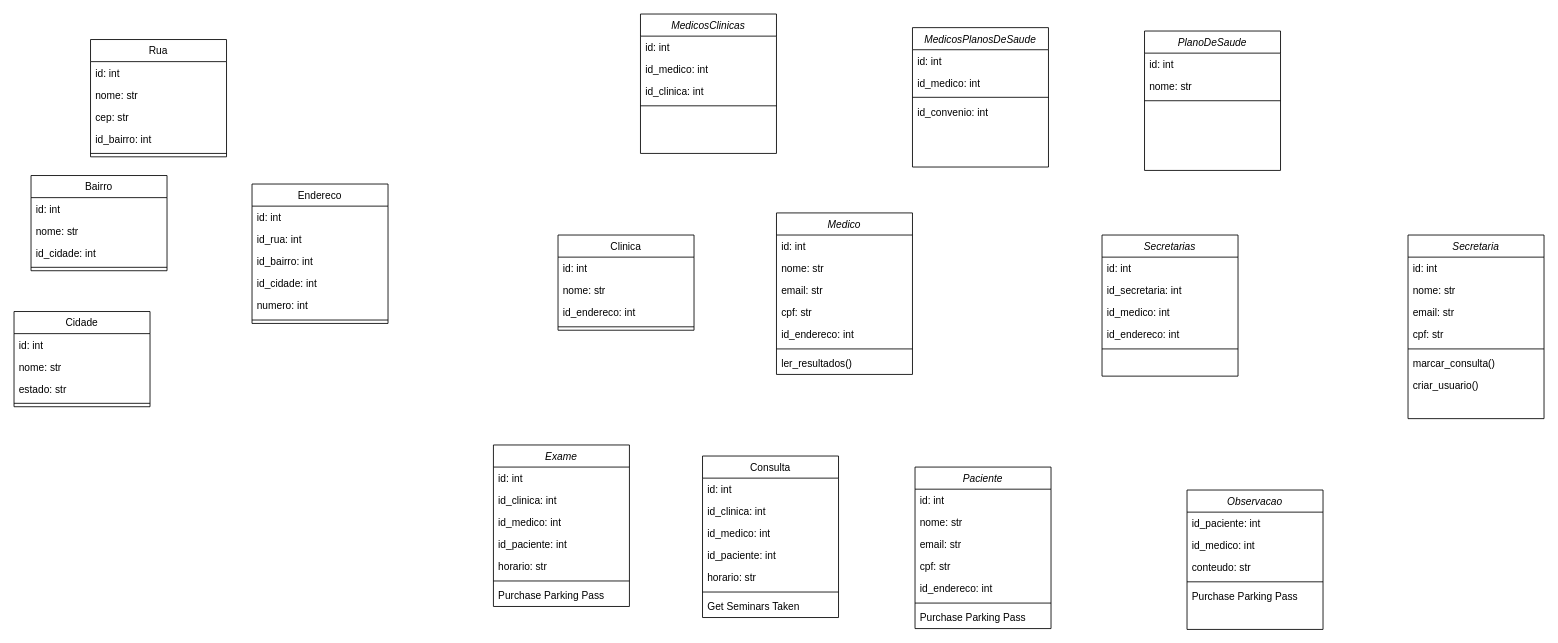
This is clinica_db.drawio from KauanHK/diagramas, a draw.io file, before an edit. Source tidied: cells renumbered, new cells numbered last; positions are measured from the earlier drawing's top-left corner, leaving out a move shared by most shapes. Both pictures are drawn from the tidied source at 85%, with x=0, y=0 at pixel (14, 14).
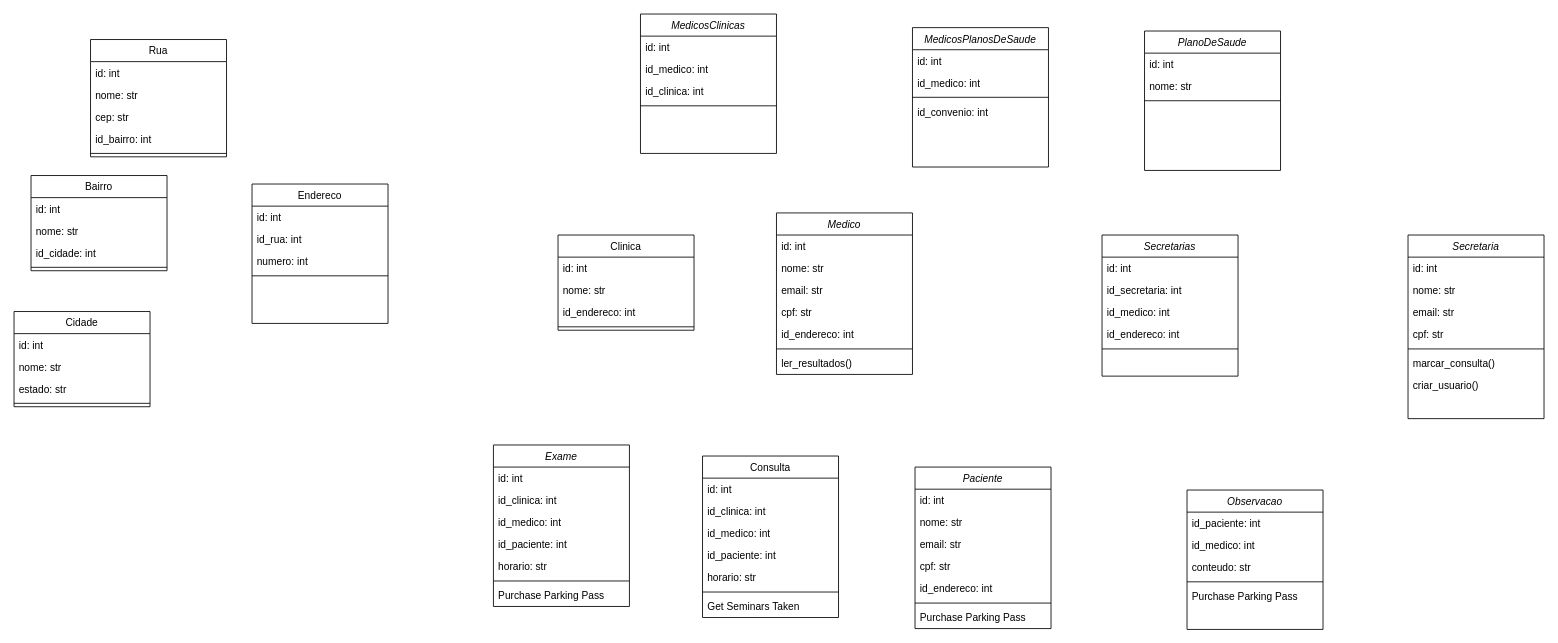
The same page after the edit.

The change refers to these unchanged cells:
```xml
<mxCell id="73" value="Endereco" style="swimlane;fontStyle=0;align=center;verticalAlign=top;horizontal=1;startSize=26;rounded=0;shadow=0;strokeWidth=1;" parent="1" vertex="1">
  <mxGeometry x="280" y="200" width="160" height="164" as="geometry" />
</mxCell>
```

Change to the diagram source:
```diff
@@
-    <mxCell id="76" value="id_bairro: int" style="text;align=left;verticalAlign=top;spacingLeft=4;spacingRight=4;overflow=hidden;" parent="73" vertex="1">
-      <mxGeometry y="78" width="160" height="26" as="geometry" />
-    </mxCell>
-    <mxCell id="77" value="id_cidade: int" style="text;align=left;verticalAlign=top;spacingLeft=4;spacingRight=4;overflow=hidden;" parent="73" vertex="1">
-      <mxGeometry y="104" width="160" height="26" as="geometry" />
-    </mxCell>
     <mxCell id="78" value="numero: int" style="text;align=left;verticalAlign=top;spacingLeft=4;spacingRight=4;overflow=hidden;" parent="73" vertex="1">
-      <mxGeometry y="130" width="160" height="26" as="geometry" />
+      <mxGeometry y="78" width="160" height="26" as="geometry" />
     </mxCell>
     <mxCell id="79" style="line;html=1;strokeWidth=1;align=left;verticalAlign=middle;spacingTop=-1;spacingLeft=3;spacingRight=3;labelPosition=right;" parent="73" vertex="1">
-      <mxGeometry y="156" width="160" height="8" as="geometry" />
+      <mxGeometry y="104" width="160" height="8" as="geometry" />
     </mxCell>
```
